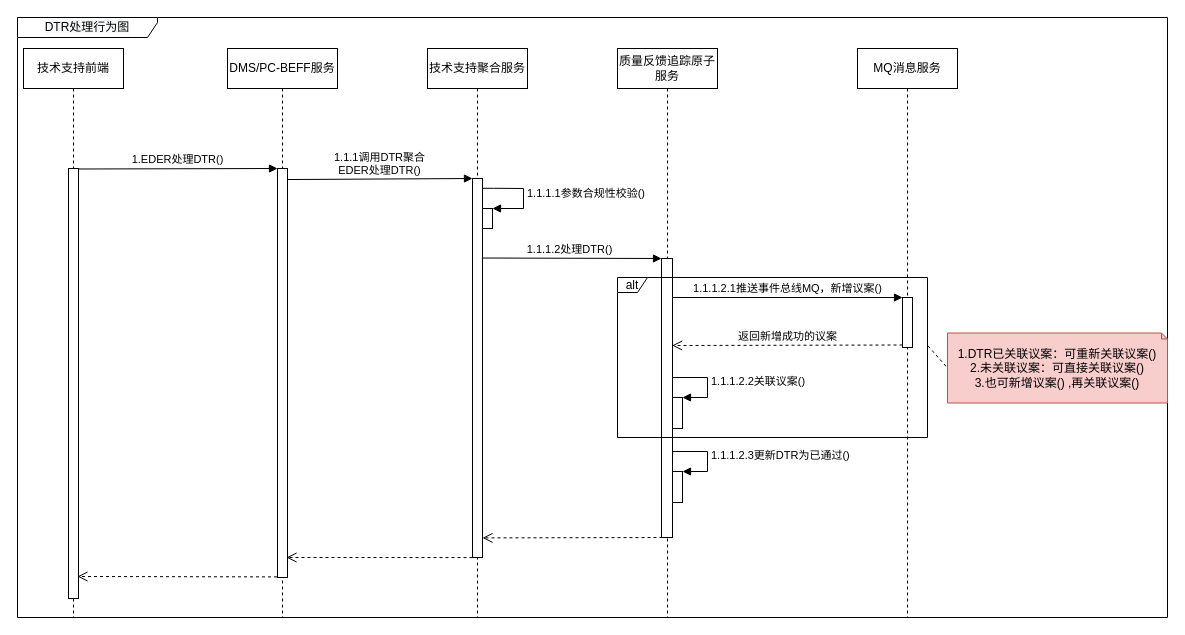
Before: page "DTR行为设计-处理" (6 of 6) of images/DTR时序图.drawio in 1132489442/designer, a draw.io diagram. Source tidied: cells renumbered, new cells numbered last; positions are measured from the earlier drawing's top-left corner, leaving out a move shared by most shapes. Both pictures are drawn from the tidied source at 100%, with x=0, y=0 at pixel (17, 17).
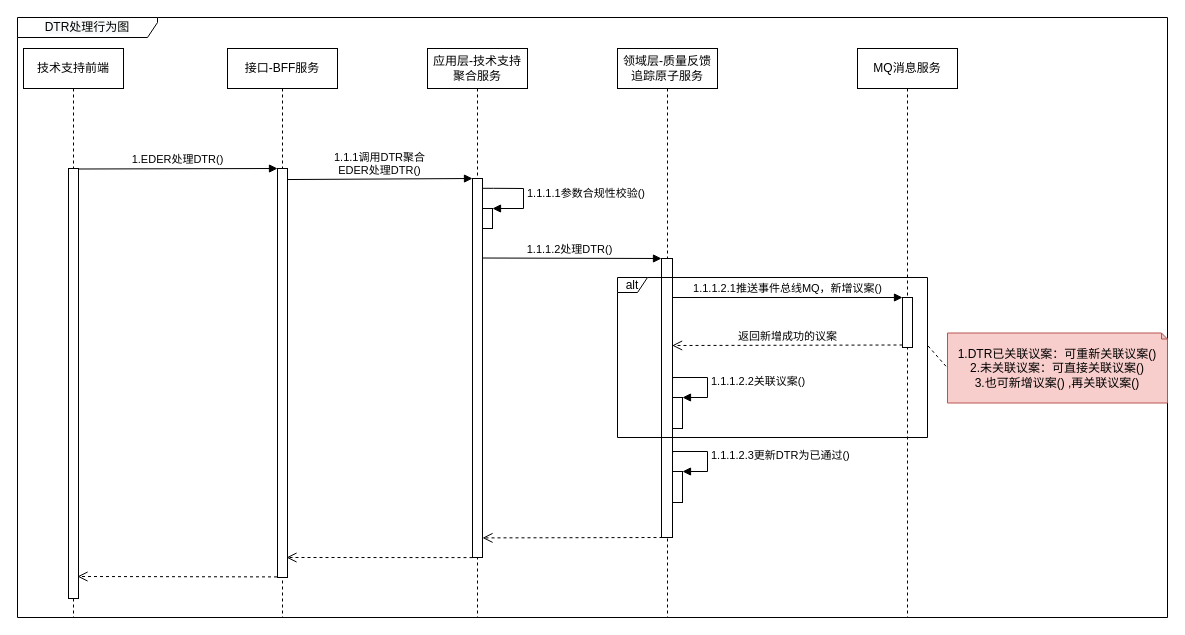
Above is the later version.

The edit, as a diff of the source:
```diff
@@
-    <mxCell id="3" value="质量反馈追踪原子服务" style="shape=umlLifeline;perimeter=lifelinePerimeter;whiteSpace=wrap;html=1;" parent="1" vertex="1">
+    <mxCell id="3" value="领域层-质量反馈追踪原子服务" style="shape=umlLifeline;perimeter=lifelinePerimeter;whiteSpace=wrap;html=1;" parent="1" vertex="1">
       <mxGeometry x="600" y="31" width="100" height="569" as="geometry" />
     </mxCell>
@@
-    <mxCell id="5" value="技术支持聚合服务" style="shape=umlLifeline;perimeter=lifelinePerimeter;whiteSpace=wrap;html=1;" parent="1" vertex="1">
+    <mxCell id="5" value="应用层-技术支持聚合服务" style="shape=umlLifeline;perimeter=lifelinePerimeter;whiteSpace=wrap;html=1;" parent="1" vertex="1">
       <mxGeometry x="410" y="31" width="100" height="569" as="geometry" />
     </mxCell>
@@
-    <mxCell id="8" value="DMS/PC-BEFF服务" style="shape=umlLifeline;perimeter=lifelinePerimeter;whiteSpace=wrap;html=1;" parent="1" vertex="1">
+    <mxCell id="8" value="接口-BFF服务" style="shape=umlLifeline;perimeter=lifelinePerimeter;whiteSpace=wrap;html=1;" parent="1" vertex="1">
       <mxGeometry x="210" y="31" width="110" height="569" as="geometry" />
     </mxCell>
```
